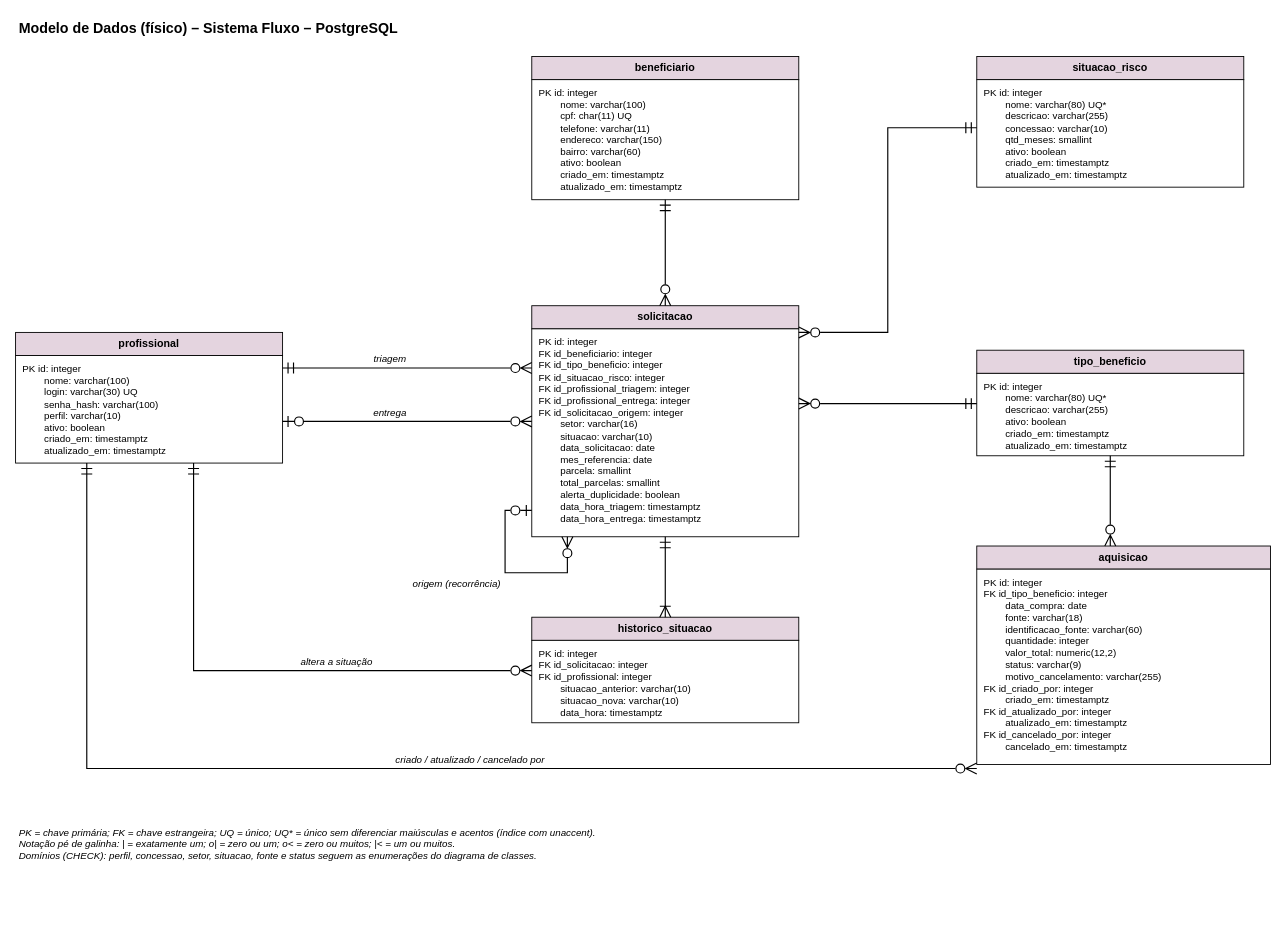
This is docs/diagramas/Fluxo_ModeloDados.drawio from Cachorreira/Fluxo, a draw.io file, before an edit. Source tidied: cells renumbered, new cells numbered last; positions are measured from the earlier drawing's top-left corner, leaving out a move shared by most shapes. Both pictures are drawn from the tidied source at 89%, with x=0, y=0 at pixel (15, 15).
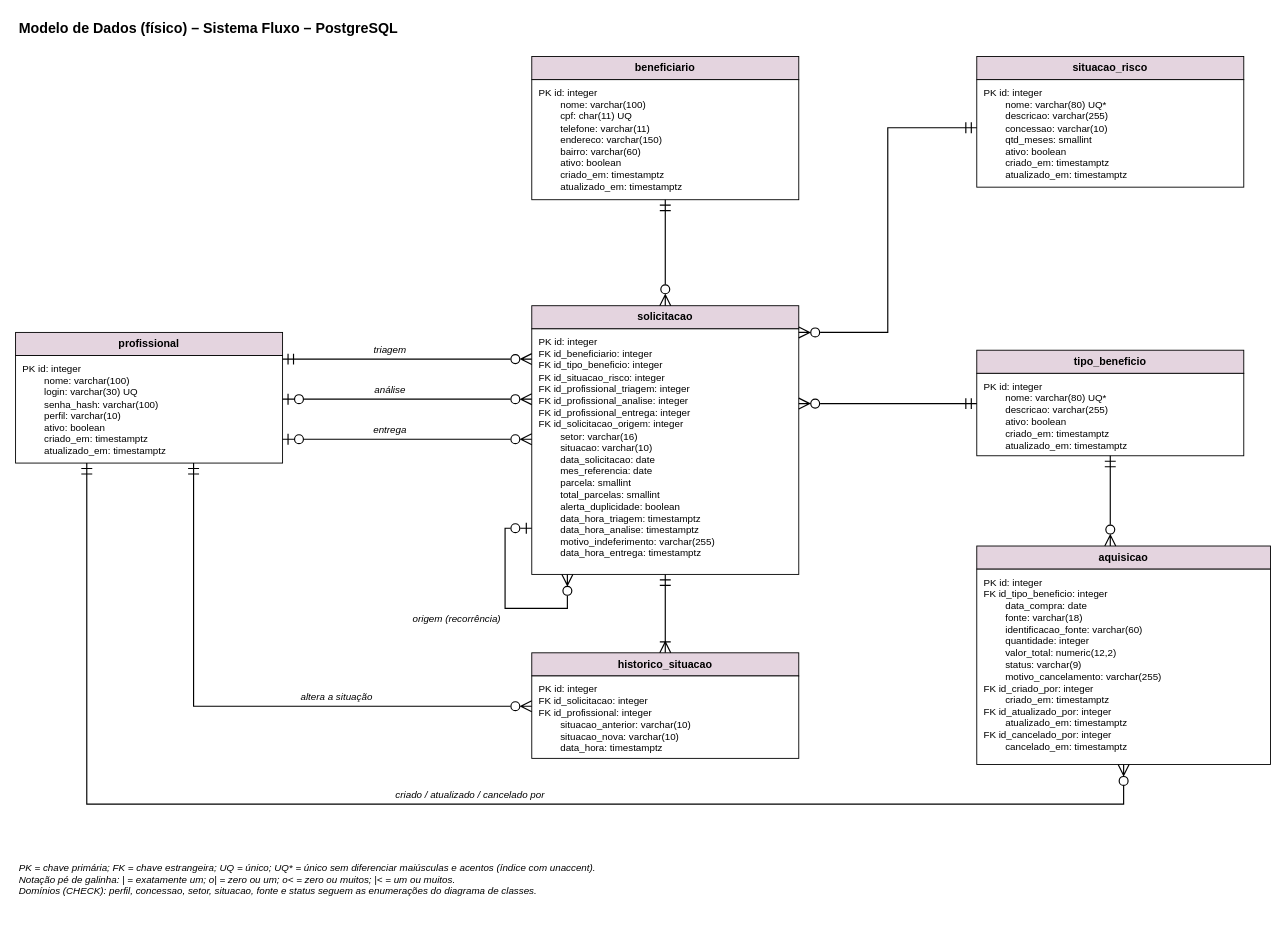
The same diagram, later.

Change to the diagram source:
```diff
@@
-    <mxCell id="10" value="PK  id: integer&lt;br&gt;FK  id_beneficiario: integer&lt;br&gt;FK  id_tipo_beneficio: integer&lt;br&gt;FK  id_situacao_risco: integer&lt;br&gt;FK  id_profissional_triagem: integer&lt;br&gt;FK  id_profissional_entrega: integer&lt;br&gt;FK  id_solicitacao_origem: integer&lt;br&gt;        setor: varchar(16)&lt;br&gt;        situacao: varchar(10)&lt;br&gt;        data_solicitacao: date&lt;br&gt;        mes_referencia: date&lt;br&gt;        parcela: smallint&lt;br&gt;        total_parcelas: smallint&lt;br&gt;        alerta_duplicidade: boolean&lt;br&gt;        data_hora_triagem: timestamptz&lt;br&gt;        data_hora_entrega: timestamptz" style="rounded=0;arcSize=8;align=left;verticalAlign=top;spacingLeft=6;spacingTop=2;html=1;whiteSpace=wrap;fontFamily=Helvetica;fontSize=11;fontStyle=0;fillColor=#FFFFFF;strokeColor=#000000;fontColor=#000000;" parent="1" vertex="1">
-      <mxGeometry x="580" y="352" width="300" height="233.6" as="geometry" />
+    <mxCell id="10" value="PK  id: integer&lt;br&gt;FK  id_beneficiario: integer&lt;br&gt;FK  id_tipo_beneficio: integer&lt;br&gt;FK  id_situacao_risco: integer&lt;br&gt;FK  id_profissional_triagem: integer&lt;br&gt;FK  id_profissional_analise: integer&lt;br&gt;FK  id_profissional_entrega: integer&lt;br&gt;FK  id_solicitacao_origem: integer&lt;br&gt;        setor: varchar(16)&lt;br&gt;        situacao: varchar(10)&lt;br&gt;        data_solicitacao: date&lt;br&gt;        mes_referencia: date&lt;br&gt;        parcela: smallint&lt;br&gt;        total_parcelas: smallint&lt;br&gt;        alerta_duplicidade: boolean&lt;br&gt;        data_hora_triagem: timestamptz&lt;br&gt;        data_hora_analise: timestamptz&lt;br&gt;        motivo_indeferimento: varchar(255)&lt;br&gt;        data_hora_entrega: timestamptz" style="rounded=0;arcSize=8;align=left;verticalAlign=top;spacingLeft=6;spacingTop=2;html=1;whiteSpace=wrap;fontFamily=Helvetica;fontSize=11;fontStyle=0;fillColor=#FFFFFF;strokeColor=#000000;fontColor=#000000;" parent="1" vertex="1">
+      <mxGeometry x="580" y="352" width="300" height="275.9" as="geometry" />
     </mxCell>
@@
     <mxCell id="13" value="historico_situacao" style="rounded=0;arcSize=8;align=center;verticalAlign=middle;spacingLeft=0;spacingTop=0;html=1;whiteSpace=wrap;fontFamily=Helvetica;fontSize=12;fontStyle=1;fillColor=#E4D4DF;strokeColor=#000000;fontColor=#000000;" parent="1" vertex="1">
-      <mxGeometry x="580" y="676" width="300" height="26" as="geometry" />
+      <mxGeometry x="580" y="716" width="300" height="26" as="geometry" />
     </mxCell>
     <mxCell id="14" value="PK  id: integer&lt;br&gt;FK  id_solicitacao: integer&lt;br&gt;FK  id_profissional: integer&lt;br&gt;        situacao_anterior: varchar(10)&lt;br&gt;        situacao_nova: varchar(10)&lt;br&gt;        data_hora: timestamptz" style="rounded=0;arcSize=8;align=left;verticalAlign=top;spacingLeft=6;spacingTop=2;html=1;whiteSpace=wrap;fontFamily=Helvetica;fontSize=11;fontStyle=0;fillColor=#FFFFFF;strokeColor=#000000;fontColor=#000000;" parent="1" vertex="1">
-      <mxGeometry x="580" y="702" width="300" height="92.6" as="geometry" />
+      <mxGeometry x="580" y="742" width="300" height="92.6" as="geometry" />
     </mxCell>
@@
     <mxCell id="17" style="edgeStyle=none;html=1;rounded=0;endArrow=ERzeroToMany;endFill=0;endSize=10;startArrow=ERmandOne;startFill=0;startSize=10;strokeColor=#000000;strokeWidth=1.3;" parent="1" edge="1">
       <mxGeometry relative="1" as="geometry">
-        <mxPoint x="300" y="396" as="sourcePoint" />
-        <mxPoint x="580" y="396" as="targetPoint" />
+        <mxPoint x="300" y="386" as="sourcePoint" />
+        <mxPoint x="580" y="386" as="targetPoint" />
       </mxGeometry>
     </mxCell>
     <mxCell id="18" value="triagem" style="text;align=center;verticalAlign=middle;spacingLeft=2;html=1;whiteSpace=wrap;fontFamily=Helvetica;fontSize=11;fontStyle=2;fillColor=none;strokeColor=none;fontColor=#000000;" parent="1" vertex="1">
-      <mxGeometry x="360" y="378" width="120" height="16" as="geometry" />
+      <mxGeometry x="360" y="368" width="120" height="16" as="geometry" />
     </mxCell>
     <mxCell id="19" style="edgeStyle=none;html=1;rounded=0;endArrow=ERzeroToMany;endFill=0;endSize=10;startArrow=ERzeroToOne;startFill=0;startSize=10;strokeColor=#000000;strokeWidth=1.3;" parent="1" edge="1">
       <mxGeometry relative="1" as="geometry">
-        <mxPoint x="300" y="456" as="sourcePoint" />
-        <mxPoint x="580" y="456" as="targetPoint" />
+        <mxPoint x="300" y="431" as="sourcePoint" />
+        <mxPoint x="580" y="431" as="targetPoint" />
       </mxGeometry>
     </mxCell>
-    <mxCell id="20" value="entrega" style="text;align=center;verticalAlign=middle;spacingLeft=2;html=1;whiteSpace=wrap;fontFamily=Helvetica;fontSize=11;fontStyle=2;fillColor=none;strokeColor=none;fontColor=#000000;" parent="1" vertex="1">
-      <mxGeometry x="360" y="438" width="120" height="16" as="geometry" />
+    <mxCell id="20" value="análise" style="text;align=center;verticalAlign=middle;spacingLeft=2;html=1;whiteSpace=wrap;fontFamily=Helvetica;fontSize=11;fontStyle=2;fillColor=none;strokeColor=none;fontColor=#000000;" parent="1" vertex="1">
+      <mxGeometry x="360" y="413" width="120" height="16" as="geometry" />
     </mxCell>
-    <mxCell id="21" style="edgeStyle=none;html=1;rounded=0;endArrow=ERzeroToMany;endFill=0;endSize=10;startArrow=ERmandOne;startFill=0;startSize=10;strokeColor=#000000;strokeWidth=1.3;" parent="1" edge="1">
+    <mxCell id="21" style="edgeStyle=none;html=1;rounded=0;endArrow=ERzeroToMany;endFill=0;endSize=10;startArrow=ERzeroToOne;startFill=0;startSize=10;strokeColor=#000000;strokeWidth=1.3;" parent="1" edge="1">
       <mxGeometry relative="1" as="geometry">
-        <mxPoint x="730" y="206.9" as="sourcePoint" />
-        <mxPoint x="730" y="326" as="targetPoint" />
+        <mxPoint x="300" y="476" as="sourcePoint" />
+        <mxPoint x="580" y="476" as="targetPoint" />
       </mxGeometry>
     </mxCell>
-    <mxCell id="22" style="edgeStyle=none;html=1;rounded=0;endArrow=ERmandOne;endFill=0;endSize=10;startArrow=ERzeroToMany;startFill=0;startSize=10;strokeColor=#000000;strokeWidth=1.3;" parent="1" edge="1">
-      <mxGeometry relative="1" as="geometry">
-        <mxPoint x="880" y="356" as="sourcePoint" />
-        <mxPoint x="1080" y="126" as="targetPoint" />
-        <Array as="points">
-          <mxPoint x="980" y="356" />
-          <mxPoint x="980" y="126" />
-        </Array>
-      </mxGeometry>
+    <mxCell id="22" value="entrega" style="text;align=center;verticalAlign=middle;spacingLeft=2;html=1;whiteSpace=wrap;fontFamily=Helvetica;fontSize=11;fontStyle=2;fillColor=none;strokeColor=none;fontColor=#000000;" parent="1" vertex="1">
+      <mxGeometry x="360" y="458" width="120" height="16" as="geometry" />
     </mxCell>
-    <mxCell id="23" style="edgeStyle=none;html=1;rounded=0;endArrow=ERmandOne;endFill=0;endSize=10;startArrow=ERzeroToMany;startFill=0;startSize=10;strokeColor=#000000;strokeWidth=1.3;" parent="1" edge="1">
+    <mxCell id="23" style="edgeStyle=none;html=1;rounded=0;endArrow=ERzeroToMany;endFill=0;endSize=10;startArrow=ERmandOne;startFill=0;startSize=10;strokeColor=#000000;strokeWidth=1.3;" parent="1" edge="1">
       <mxGeometry relative="1" as="geometry">
-        <mxPoint x="880" y="436" as="sourcePoint" />
-        <mxPoint x="1080" y="436" as="targetPoint" />
+        <mxPoint x="730" y="206.9" as="sourcePoint" />
+        <mxPoint x="730" y="326" as="targetPoint" />
       </mxGeometry>
     </mxCell>
-    <mxCell id="24" style="edgeStyle=none;html=1;rounded=0;endArrow=ERoneToMany;endFill=0;endSize=10;startArrow=ERmandOne;startFill=0;startSize=10;strokeColor=#000000;strokeWidth=1.3;" parent="1" edge="1">
+    <mxCell id="24" style="edgeStyle=none;html=1;rounded=0;endArrow=ERmandOne;endFill=0;endSize=10;startArrow=ERzeroToMany;startFill=0;startSize=10;strokeColor=#000000;strokeWidth=1.3;" parent="1" edge="1">
       <mxGeometry relative="1" as="geometry">
-        <mxPoint x="730" y="585.6" as="sourcePoint" />
-        <mxPoint x="730" y="676" as="targetPoint" />
+        <mxPoint x="880" y="356" as="sourcePoint" />
+        <mxPoint x="1080" y="126" as="targetPoint" />
+        <Array as="points">
+          <mxPoint x="980" y="356" />
+          <mxPoint x="980" y="126" />
+        </Array>
       </mxGeometry>
     </mxCell>
-    <mxCell id="25" style="edgeStyle=none;html=1;rounded=0;endArrow=ERzeroToMany;endFill=0;endSize=10;startArrow=ERmandOne;startFill=0;startSize=10;strokeColor=#000000;strokeWidth=1.3;" parent="1" edge="1">
+    <mxCell id="25" style="edgeStyle=none;html=1;rounded=0;endArrow=ERmandOne;endFill=0;endSize=10;startArrow=ERzeroToMany;startFill=0;startSize=10;strokeColor=#000000;strokeWidth=1.3;" parent="1" edge="1">
       <mxGeometry relative="1" as="geometry">
-        <mxPoint x="200" y="502.8" as="sourcePoint" />
-        <mxPoint x="580" y="736" as="targetPoint" />
-        <Array as="points">
-          <mxPoint x="200" y="736" />
-        </Array>
+        <mxPoint x="880" y="436" as="sourcePoint" />
+        <mxPoint x="1080" y="436" as="targetPoint" />
       </mxGeometry>
     </mxCell>
-    <mxCell id="26" value="altera a situação" style="text;align=center;verticalAlign=middle;spacingLeft=2;html=1;whiteSpace=wrap;fontFamily=Helvetica;fontSize=11;fontStyle=2;fillColor=none;strokeColor=none;fontColor=#000000;" parent="1" vertex="1">
-      <mxGeometry x="290" y="718" width="140" height="16" as="geometry" />
+    <mxCell id="26" style="edgeStyle=none;html=1;rounded=0;endArrow=ERoneToMany;endFill=0;endSize=10;startArrow=ERmandOne;startFill=0;startSize=10;strokeColor=#000000;strokeWidth=1.3;" parent="1" edge="1">
+      <mxGeometry relative="1" as="geometry">
+        <mxPoint x="730" y="627.9" as="sourcePoint" />
+        <mxPoint x="730" y="716" as="targetPoint" />
+      </mxGeometry>
     </mxCell>
-    <mxCell id="27" style="edgeStyle=none;html=1;rounded=0;endArrow=ERzeroToOne;endFill=0;endSize=10;startArrow=ERzeroToMany;startFill=0;startSize=10;strokeColor=#000000;strokeWidth=1.3;" parent="1" edge="1">
+    <mxCell id="27" style="edgeStyle=none;html=1;rounded=0;endArrow=ERzeroToMany;endFill=0;endSize=10;startArrow=ERmandOne;startFill=0;startSize=10;strokeColor=#000000;strokeWidth=1.3;" parent="1" edge="1">
       <mxGeometry relative="1" as="geometry">
-        <mxPoint x="620" y="585.6" as="sourcePoint" />
-        <mxPoint x="580" y="556" as="targetPoint" />
+        <mxPoint x="200" y="502.8" as="sourcePoint" />
+        <mxPoint x="580" y="776" as="targetPoint" />
         <Array as="points">
-          <mxPoint x="620" y="626" />
-          <mxPoint x="550" y="626" />
-          <mxPoint x="550" y="556" />
+          <mxPoint x="200" y="776" />
         </Array>
       </mxGeometry>
     </mxCell>
-    <mxCell id="28" value="origem (recorrência)" style="text;align=center;verticalAlign=middle;spacingLeft=2;html=1;whiteSpace=wrap;fontFamily=Helvetica;fontSize=11;fontStyle=2;fillColor=none;strokeColor=none;fontColor=#000000;" parent="1" vertex="1">
-      <mxGeometry x="430" y="630" width="130" height="16" as="geometry" />
+    <mxCell id="28" value="altera a situação" style="text;align=center;verticalAlign=middle;spacingLeft=2;html=1;whiteSpace=wrap;fontFamily=Helvetica;fontSize=11;fontStyle=2;fillColor=none;strokeColor=none;fontColor=#000000;" parent="1" vertex="1">
+      <mxGeometry x="290" y="758" width="140" height="16" as="geometry" />
     </mxCell>
-    <mxCell id="29" style="edgeStyle=none;html=1;rounded=0;endArrow=ERzeroToMany;endFill=0;endSize=10;startArrow=ERmandOne;startFill=0;startSize=10;strokeColor=#000000;strokeWidth=1.3;" parent="1" edge="1">
+    <mxCell id="29" style="edgeStyle=none;html=1;rounded=0;endArrow=ERzeroToOne;endFill=0;endSize=10;startArrow=ERzeroToMany;startFill=0;startSize=10;strokeColor=#000000;strokeWidth=1.3;" parent="1" edge="1">
       <mxGeometry relative="1" as="geometry">
-        <mxPoint x="1230" y="494.6" as="sourcePoint" />
-        <mxPoint x="1230" y="596" as="targetPoint" />
+        <mxPoint x="620" y="627.9" as="sourcePoint" />
+        <mxPoint x="580" y="576" as="targetPoint" />
+        <Array as="points">
+          <mxPoint x="620" y="666" />
+          <mxPoint x="550" y="666" />
+          <mxPoint x="550" y="576" />
+        </Array>
       </mxGeometry>
     </mxCell>
-    <mxCell id="30" style="edgeStyle=none;html=1;rounded=0;endArrow=ERzeroToMany;endFill=0;endSize=10;startArrow=ERmandOne;startFill=0;startSize=10;strokeColor=#000000;strokeWidth=1.3;" parent="1" edge="1">
-      <mxGeometry relative="1" as="geometry">
-        <mxPoint x="80" y="502.8" as="sourcePoint" />
-        <mxPoint x="1080" y="846" as="targetPoint" />
-        <Array as="points">
-          <mxPoint x="80" y="846" />
-        </Array>
-      </mxGeometry>
+    <mxCell id="30" value="origem (recorrência)" style="text;align=center;verticalAlign=middle;spacingLeft=2;html=1;whiteSpace=wrap;fontFamily=Helvetica;fontSize=11;fontStyle=2;fillColor=none;strokeColor=none;fontColor=#000000;" parent="1" vertex="1">
+      <mxGeometry x="430" y="670" width="130" height="16" as="geometry" />
     </mxCell>
-    <mxCell id="31" value="criado / atualizado / cancelado por" style="text;align=center;verticalAlign=middle;spacingLeft=2;html=1;whiteSpace=wrap;fontFamily=Helvetica;fontSize=11;fontStyle=2;fillColor=none;strokeColor=none;fontColor=#000000;" parent="1" vertex="1">
-      <mxGeometry x="380" y="828" width="260" height="16" as="geometry" />
+    <mxCell id="31" style="edgeStyle=none;html=1;rounded=0;endArrow=ERzeroToMany;endFill=0;endSize=10;startArrow=ERmandOne;startFill=0;startSize=10;strokeColor=#000000;strokeWidth=1.3;" parent="1" edge="1">
+      <mxGeometry relative="1" as="geometry">
+        <mxPoint x="1230" y="494.6" as="sourcePoint" />
+        <mxPoint x="1230" y="596" as="targetPoint" />
+      </mxGeometry>
     </mxCell>
-    <mxCell id="32" value="PK = chave primária; FK = chave estrangeira; UQ = único; UQ* = único sem diferenciar maiúsculas e acentos (índice com unaccent).&lt;br&gt;Notação pé de galinha: | = exatamente um; o| = zero ou um; o&amp;lt; = zero ou muitos; |&amp;lt; = um ou muitos.&lt;br&gt;Domínios (CHECK): perfil, concessao, setor, situacao, fonte e status seguem as enumerações do diagrama de classes." style="text;align=left;verticalAlign=middle;spacingLeft=2;html=1;whiteSpace=wrap;fontFamily=Helvetica;fontSize=11;fontStyle=2;fillColor=none;strokeColor=none;fontColor=#000000;" parent="1" vertex="1">
-      <mxGeometry y="896" width="1050" height="70" as="geometry" />
+    <mxCell id="32" style="edgeStyle=none;html=1;rounded=0;endArrow=ERzeroToMany;endFill=0;endSize=10;startArrow=ERmandOne;startFill=0;startSize=10;strokeColor=#000000;strokeWidth=1.3;" parent="1" edge="1">
+      <mxGeometry relative="1" as="geometry">
+        <mxPoint x="80" y="502.8" as="sourcePoint" />
+        <mxPoint x="1245" y="841.5" as="targetPoint" />
+        <Array as="points">
+          <mxPoint x="80" y="886" />
+          <mxPoint x="1245" y="886" />
+        </Array>
+      </mxGeometry>
     </mxCell>
+    <mxCell id="33" value="criado / atualizado / cancelado por" style="text;align=center;verticalAlign=middle;spacingLeft=2;html=1;whiteSpace=wrap;fontFamily=Helvetica;fontSize=11;fontStyle=2;fillColor=none;strokeColor=none;fontColor=#000000;" parent="1" vertex="1">
+      <mxGeometry x="380" y="868" width="260" height="16" as="geometry" />
+    </mxCell>
+    <mxCell id="34" value="PK = chave primária; FK = chave estrangeira; UQ = único; UQ* = único sem diferenciar maiúsculas e acentos (índice com unaccent).&lt;br&gt;Notação pé de galinha: | = exatamente um; o| = zero ou um; o&amp;lt; = zero ou muitos; |&amp;lt; = um ou muitos.&lt;br&gt;Domínios (CHECK): perfil, concessao, setor, situacao, fonte e status seguem as enumerações do diagrama de classes." style="text;align=left;verticalAlign=middle;spacingLeft=2;html=1;whiteSpace=wrap;fontFamily=Helvetica;fontSize=11;fontStyle=2;fillColor=none;strokeColor=none;fontColor=#000000;" parent="1" vertex="1">
+      <mxGeometry y="936" width="1050" height="70" as="geometry" />
+    </mxCell>
```
